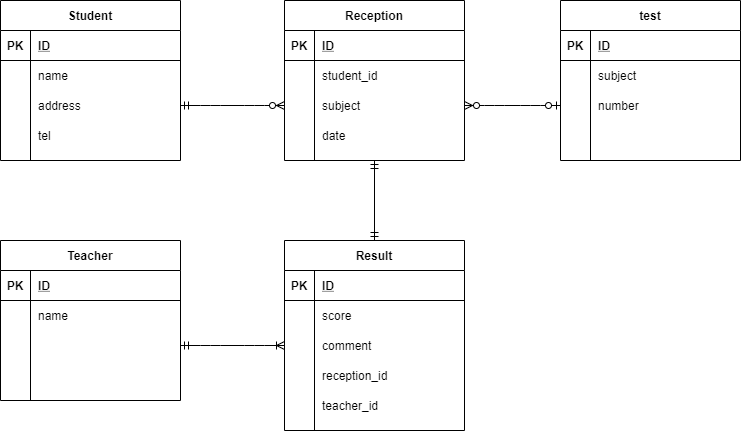
The draw.io diagram index.drawio.png in takuyaone/db, before a commit. Source tidied: cells renumbered, new cells last; positions are measured from the earlier drawing's top-left corner, leaving out a move shared by most shapes.
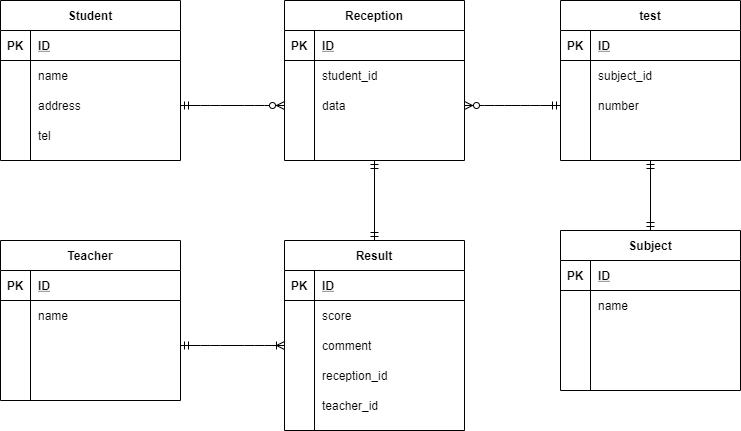
After the commit.

What changed in the source:
```diff
@@ -68,7 +68,7 @@
     <mxCell id="23" style="shape=partialRectangle;fillColor=none;top=0;left=0;bottom=0;right=0;overflow=hidden;" parent="22" vertex="1">
       <mxGeometry width="30" height="30" as="geometry" />
     </mxCell>
-    <mxCell id="24" value="subject" style="shape=partialRectangle;fillColor=none;top=0;left=0;bottom=0;right=0;align=left;spacingLeft=6;overflow=hidden;" parent="22" vertex="1">
+    <mxCell id="24" value="data" style="shape=partialRectangle;fillColor=none;top=0;left=0;bottom=0;right=0;align=left;spacingLeft=6;overflow=hidden;" parent="22" vertex="1">
       <mxGeometry x="30" width="150" height="30" as="geometry" />
     </mxCell>
     <mxCell id="25" style="shape=partialRectangle;fillColor=none;top=0;left=0;bottom=0;right=0;" parent="15" vertex="1">
@@ -77,7 +77,7 @@
     <mxCell id="26" style="shape=partialRectangle;fillColor=none;top=0;left=0;bottom=0;right=0;overflow=hidden;" parent="25" vertex="1">
       <mxGeometry width="30" height="30" as="geometry" />
     </mxCell>
-    <mxCell id="27" value="date" style="shape=partialRectangle;fillColor=none;top=0;left=0;bottom=0;right=0;align=left;spacingLeft=6;overflow=hidden;" parent="25" vertex="1">
+    <mxCell id="27" style="shape=partialRectangle;fillColor=none;top=0;left=0;bottom=0;right=0;align=left;spacingLeft=6;overflow=hidden;" parent="25" vertex="1">
       <mxGeometry x="30" width="150" height="30" as="geometry" />
     </mxCell>
     <mxCell id="28" value="test" style="shape=table;startSize=30;rowLines=0;fontStyle=1;align=center;" parent="1" vertex="1">
@@ -98,7 +98,7 @@
     <mxCell id="33" style="shape=partialRectangle;fillColor=none;top=0;left=0;bottom=0;right=0;overflow=hidden;" parent="32" vertex="1">
       <mxGeometry width="30" height="30" as="geometry" />
     </mxCell>
-    <mxCell id="34" value="subject" style="shape=partialRectangle;fillColor=none;top=0;left=0;bottom=0;right=0;align=left;spacingLeft=6;overflow=hidden;" parent="32" vertex="1">
+    <mxCell id="34" value="subject_id" style="shape=partialRectangle;fillColor=none;top=0;left=0;bottom=0;right=0;align=left;spacingLeft=6;overflow=hidden;" parent="32" vertex="1">
       <mxGeometry x="30" width="150" height="30" as="geometry" />
     </mxCell>
     <mxCell id="35" style="shape=partialRectangle;fillColor=none;top=0;left=0;bottom=0;right=0;points=[[0,0.5],[1,0.5]];portConstraint=eastwest;" parent="28" vertex="1">
@@ -215,8 +215,50 @@
     <mxCell id="72" style="fontSize=12;html=1;endArrow=ERmandOne;startArrow=ERmandOne;exitX=0.5;exitY=0;exitDx=0;exitDy=0;entryX=0.5;entryY=1;entryDx=0;entryDy=0;" parent="1" edge="1" source="54" target="15">
       <mxGeometry relative="1" as="geometry" />
     </mxCell>
+    <mxCell id="74" value="Subject" style="shape=table;startSize=30;rowLines=0;fontStyle=1;align=center;" parent="1" vertex="1">
+      <mxGeometry x="560" y="230" width="180" height="160" as="geometry" />
+    </mxCell>
+    <mxCell id="75" style="shape=partialRectangle;fillColor=none;top=0;left=0;bottom=1;right=0;" parent="74" vertex="1">
+      <mxGeometry y="30" width="180" height="30" as="geometry" />
+    </mxCell>
+    <mxCell id="76" value="PK" style="shape=partialRectangle;fillColor=none;top=0;left=0;bottom=0;right=0;fontStyle=1;overflow=hidden;" parent="75" vertex="1">
+      <mxGeometry width="30" height="30" as="geometry" />
+    </mxCell>
+    <mxCell id="77" value="ID" style="shape=partialRectangle;fillColor=none;top=0;left=0;bottom=0;right=0;align=left;spacingLeft=6;fontStyle=5;overflow=hidden;" parent="75" vertex="1">
+      <mxGeometry x="30" width="150" height="30" as="geometry" />
+    </mxCell>
+    <mxCell id="78" style="shape=partialRectangle;fillColor=none;top=0;left=0;bottom=0;right=0;" parent="74" vertex="1">
+      <mxGeometry y="60" width="180" height="30" as="geometry" />
+    </mxCell>
+    <mxCell id="79" style="shape=partialRectangle;fillColor=none;top=0;left=0;bottom=0;right=0;overflow=hidden;" parent="78" vertex="1">
+      <mxGeometry width="30" height="30" as="geometry" />
+    </mxCell>
+    <mxCell id="80" value="name" style="shape=partialRectangle;fillColor=none;top=0;left=0;bottom=0;right=0;align=left;spacingLeft=6;overflow=hidden;" parent="78" vertex="1">
+      <mxGeometry x="30" width="150" height="30" as="geometry" />
+    </mxCell>
+    <mxCell id="81" style="shape=partialRectangle;fillColor=none;top=0;left=0;bottom=0;right=0;" parent="74" vertex="1">
+      <mxGeometry y="90" width="180" height="30" as="geometry" />
+    </mxCell>
+    <mxCell id="82" style="shape=partialRectangle;fillColor=none;top=0;left=0;bottom=0;right=0;overflow=hidden;" parent="81" vertex="1">
+      <mxGeometry width="30" height="30" as="geometry" />
+    </mxCell>
+    <mxCell id="83" style="shape=partialRectangle;fillColor=none;top=0;left=0;bottom=0;right=0;align=left;spacingLeft=6;overflow=hidden;" parent="81" vertex="1">
+      <mxGeometry x="30" width="150" height="30" as="geometry" />
+    </mxCell>
+    <mxCell id="84" style="shape=partialRectangle;fillColor=none;top=0;left=0;bottom=0;right=0;" parent="74" vertex="1">
+      <mxGeometry y="120" width="180" height="30" as="geometry" />
+    </mxCell>
+    <mxCell id="85" style="shape=partialRectangle;fillColor=none;top=0;left=0;bottom=0;right=0;overflow=hidden;" parent="84" vertex="1">
+      <mxGeometry width="30" height="30" as="geometry" />
+    </mxCell>
+    <mxCell id="86" style="shape=partialRectangle;fillColor=none;top=0;left=0;bottom=0;right=0;align=left;spacingLeft=6;overflow=hidden;" parent="84" vertex="1">
+      <mxGeometry x="30" width="150" height="30" as="geometry" />
+    </mxCell>
-    <mxCell id="73" style="edgeStyle=entityRelationEdgeStyle;fontSize=12;html=1;endArrow=ERzeroToMany;startArrow=ERzeroToOne;entryX=1;entryY=0.5;entryDx=0;entryDy=0;exitX=0;exitY=0.5;exitDx=0;exitDy=0;" parent="1" edge="1" source="35" target="22">
+    <mxCell id="73" style="edgeStyle=entityRelationEdgeStyle;fontSize=12;html=1;endArrow=ERzeroToMany;startArrow=ERmandOne;exitX=0;exitY=0.5;exitDx=0;exitDy=0;entryX=1;entryY=0.5;entryDx=0;entryDy=0;" parent="1" edge="1" source="35" target="22">
       <mxGeometry relative="1" as="geometry" />
     </mxCell>
+    <mxCell id="87" style="fontSize=12;html=1;endArrow=ERmandOne;startArrow=ERmandOne;entryX=0.5;entryY=1;entryDx=0;entryDy=0;exitX=0.5;exitY=0;exitDx=0;exitDy=0;" parent="1" edge="1" source="74" target="28">
+      <mxGeometry relative="1" as="geometry" />
+    </mxCell>
   </root>
 </mxGraphModel>
```
